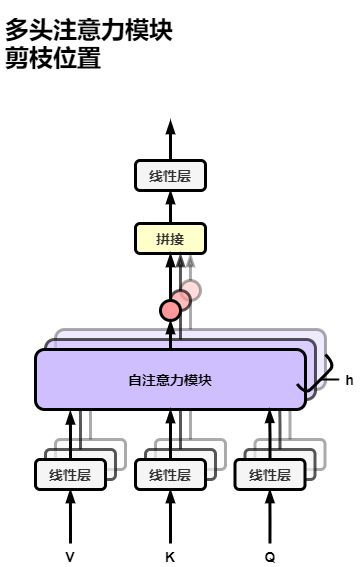
Before: prune_head_pos.png, a diagram exported from draw.io (AAAAAAAyq/Personal-Studying). Source tidied: cells renumbered, new cells last; positions are measured from the earlier drawing's top-left corner, leaving out a move shared by most shapes. Source of this version:
```xml
<mxGraphModel>
  <root>
    <mxCell id="0" />
    <mxCell id="1" parent="0" />
    <mxCell id="2" style="edgeStyle=orthogonalEdgeStyle;rounded=0;jettySize=auto;html=1;exitX=0.5;exitY=0;exitDx=0;exitDy=0;entryX=0.5;entryY=1;entryDx=0;entryDy=0;endArrow=blockThin;endFill=1;strokeWidth=3;" parent="1" edge="1" source="3" target="48">
      <mxGeometry relative="1" as="geometry" />
    </mxCell>
    <mxCell id="3" value="&lt;b&gt;&lt;font style=&quot;font-size: 14px&quot;&gt;拼接&lt;/font&gt;&lt;/b&gt;" style="rounded=1;whiteSpace=wrap;html=1;strokeWidth=3;fontColor=#333333;fillColor=#FFFFCC;" parent="1" vertex="1">
      <mxGeometry x="135" y="213" width="70" height="30" as="geometry" />
    </mxCell>
    <mxCell id="4" style="edgeStyle=orthogonalEdgeStyle;rounded=0;orthogonalLoop=1;jettySize=auto;html=1;endArrow=blockThin;endFill=1;strokeWidth=3;" parent="1" edge="1">
      <mxGeometry relative="1" as="geometry">
        <mxPoint x="70" y="533" as="sourcePoint" />
        <mxPoint x="69.9" y="479" as="targetPoint" />
        <Array as="points">
          <mxPoint x="69.9" y="509" />
          <mxPoint x="69.9" y="509" />
        </Array>
      </mxGeometry>
    </mxCell>
    <mxCell id="5" style="edgeStyle=orthogonalEdgeStyle;rounded=0;orthogonalLoop=1;jettySize=auto;html=1;endArrow=blockThin;endFill=1;strokeWidth=3;" parent="1" edge="1">
      <mxGeometry relative="1" as="geometry">
        <mxPoint x="170" y="533" as="sourcePoint" />
        <mxPoint x="169.9" y="479" as="targetPoint" />
        <Array as="points">
          <mxPoint x="170" y="506" />
        </Array>
      </mxGeometry>
    </mxCell>
    <mxCell id="6" style="edgeStyle=orthogonalEdgeStyle;rounded=0;orthogonalLoop=1;jettySize=auto;html=1;endArrow=blockThin;endFill=1;strokeWidth=3;" parent="1" edge="1">
      <mxGeometry relative="1" as="geometry">
        <mxPoint x="269.5" y="533" as="sourcePoint" />
        <mxPoint x="269.4" y="479" as="targetPoint" />
        <Array as="points">
          <mxPoint x="269.4" y="509" />
          <mxPoint x="269.4" y="509" />
        </Array>
      </mxGeometry>
    </mxCell>
    <mxCell id="7" value="&lt;b&gt;&lt;font style=&quot;font-size: 14px&quot;&gt;V&lt;/font&gt;&lt;/b&gt;" style="text;html=1;strokeColor=none;fillColor=none;align=center;verticalAlign=middle;whiteSpace=wrap;rounded=0;" parent="1" vertex="1">
      <mxGeometry x="50" y="536" width="40" height="20" as="geometry" />
    </mxCell>
    <mxCell id="8" value="&lt;span style=&quot;font-size: 14px&quot;&gt;&lt;b&gt;K&lt;/b&gt;&lt;/span&gt;" style="text;html=1;strokeColor=none;fillColor=none;align=center;verticalAlign=middle;whiteSpace=wrap;rounded=0;" parent="1" vertex="1">
      <mxGeometry x="150" y="536" width="40" height="20" as="geometry" />
    </mxCell>
    <mxCell id="9" value="&lt;span style=&quot;font-size: 14px&quot;&gt;&lt;b&gt;Q&lt;/b&gt;&lt;/span&gt;" style="text;html=1;strokeColor=none;fillColor=none;align=center;verticalAlign=middle;whiteSpace=wrap;rounded=0;" parent="1" vertex="1">
      <mxGeometry x="249.5" y="536" width="40" height="20" as="geometry" />
    </mxCell>
    <mxCell id="10" style="group;" parent="1" vertex="1">
      <mxGeometry x="35" y="290" width="304.6" height="189" as="geometry" />
    </mxCell>
    <mxCell id="11" style="rounded=1;whiteSpace=wrap;html=1;strokeWidth=3;fillColor=#D0BFFF;opacity=33;" parent="10" vertex="1">
      <mxGeometry x="20" y="29" width="270" height="60" as="geometry" />
    </mxCell>
    <mxCell id="12" style="edgeStyle=orthogonalEdgeStyle;rounded=0;jettySize=auto;html=1;exitX=0.5;exitY=0;exitDx=0;exitDy=0;entryX=0.129;entryY=1.023;entryDx=0;entryDy=0;entryPerimeter=0;strokeWidth=3;endArrow=none;endFill=0;opacity=33;" parent="10" edge="1" source="13" target="11">
      <mxGeometry x="20" y="-20" as="geometry" />
    </mxCell>
    <mxCell id="13" style="rounded=1;whiteSpace=wrap;html=1;strokeWidth=3;fillColor=#f5f5f5;fontColor=#333333;opacity=33;" parent="10" vertex="1">
      <mxGeometry x="20" y="139" width="70" height="30" as="geometry" />
    </mxCell>
    <mxCell id="14" style="edgeStyle=orthogonalEdgeStyle;rounded=0;jettySize=auto;html=1;exitX=0.5;exitY=0;exitDx=0;exitDy=0;entryX=0.5;entryY=1;entryDx=0;entryDy=0;endArrow=none;endFill=0;strokeWidth=3;opacity=33;" parent="10" edge="1" source="15" target="11">
      <mxGeometry x="20" y="-20" as="geometry" />
    </mxCell>
    <mxCell id="15" style="rounded=1;whiteSpace=wrap;html=1;strokeWidth=3;fillColor=#f5f5f5;fontColor=#333333;opacity=33;" parent="10" vertex="1">
      <mxGeometry x="120" y="139" width="70" height="30" as="geometry" />
    </mxCell>
    <mxCell id="16" style="edgeStyle=orthogonalEdgeStyle;rounded=0;jettySize=auto;html=1;exitX=0.5;exitY=0;exitDx=0;exitDy=0;entryX=0.867;entryY=0.997;entryDx=0;entryDy=0;entryPerimeter=0;endArrow=none;endFill=0;strokeWidth=3;opacity=33;" parent="10" edge="1" source="17" target="11">
      <mxGeometry x="20" y="-20" as="geometry" />
    </mxCell>
    <mxCell id="17" style="rounded=1;whiteSpace=wrap;html=1;strokeWidth=3;fillColor=#f5f5f5;fontColor=#333333;opacity=33;" parent="10" vertex="1">
      <mxGeometry x="219.5" y="139" width="70" height="30" as="geometry" />
    </mxCell>
    <mxCell id="18" style="ellipse;whiteSpace=wrap;html=1;strokeColor=#000000;strokeWidth=3;fillColor=#FF9999;opacity=33;" parent="10" vertex="1">
      <mxGeometry x="145" y="-20" width="20" height="20" as="geometry" />
    </mxCell>
    <mxCell id="19" style="edgeStyle=orthogonalEdgeStyle;rounded=0;jettySize=auto;html=1;exitX=0.5;exitY=0;exitDx=0;exitDy=0;entryX=0.5;entryY=1;entryDx=0;entryDy=0;endArrow=none;endFill=0;strokeWidth=3;opacity=33;" parent="10" edge="1" source="11" target="18">
      <mxGeometry x="20" y="-20" as="geometry" />
    </mxCell>
    <mxCell id="20" style="edgeStyle=orthogonalEdgeStyle;rounded=0;orthogonalLoop=1;jettySize=auto;html=1;exitX=0.5;exitY=0;exitDx=0;exitDy=0;endArrow=blockThin;endFill=1;strokeWidth=3;opacity=33;" parent="10" edge="1">
      <mxGeometry relative="1" as="geometry">
        <mxPoint x="155" y="-20" as="sourcePoint" />
        <mxPoint x="155" y="-47" as="targetPoint" />
      </mxGeometry>
    </mxCell>
    <mxCell id="21" style="group;" parent="10" vertex="1">
      <mxGeometry x="10" y="-37" width="270" height="216" as="geometry" />
    </mxCell>
    <mxCell id="22" style="group;" parent="21" vertex="1">
      <mxGeometry y="27" width="270" height="189" as="geometry" />
    </mxCell>
    <mxCell id="23" style="rounded=1;whiteSpace=wrap;html=1;strokeWidth=3;fillColor=#D0BFFF;opacity=66;" parent="22" vertex="1">
      <mxGeometry y="49" width="270" height="60" as="geometry" />
    </mxCell>
    <mxCell id="24" style="edgeStyle=orthogonalEdgeStyle;rounded=0;jettySize=auto;html=1;exitX=0.5;exitY=0;exitDx=0;exitDy=0;entryX=0.129;entryY=1.023;entryDx=0;entryDy=0;entryPerimeter=0;strokeWidth=3;endArrow=none;endFill=0;opacity=66;" parent="22" edge="1" source="25" target="23">
      <mxGeometry as="geometry" />
    </mxCell>
    <mxCell id="25" style="rounded=1;whiteSpace=wrap;html=1;strokeWidth=3;fillColor=#f5f5f5;fontColor=#333333;opacity=66;" parent="22" vertex="1">
      <mxGeometry y="159" width="70" height="30" as="geometry" />
    </mxCell>
    <mxCell id="26" style="edgeStyle=orthogonalEdgeStyle;rounded=0;jettySize=auto;html=1;exitX=0.5;exitY=0;exitDx=0;exitDy=0;entryX=0.5;entryY=1;entryDx=0;entryDy=0;endArrow=none;endFill=0;strokeWidth=3;opacity=66;" parent="22" edge="1" source="27" target="23">
      <mxGeometry as="geometry" />
    </mxCell>
    <mxCell id="27" style="rounded=1;whiteSpace=wrap;html=1;strokeWidth=3;fillColor=#f5f5f5;fontColor=#333333;opacity=66;" parent="22" vertex="1">
      <mxGeometry x="100" y="159" width="70" height="30" as="geometry" />
    </mxCell>
    <mxCell id="28" style="edgeStyle=orthogonalEdgeStyle;rounded=0;jettySize=auto;html=1;exitX=0.5;exitY=0;exitDx=0;exitDy=0;entryX=0.867;entryY=0.997;entryDx=0;entryDy=0;entryPerimeter=0;endArrow=none;endFill=0;strokeWidth=3;opacity=66;" parent="22" edge="1" source="29" target="23">
      <mxGeometry as="geometry" />
    </mxCell>
    <mxCell id="29" style="rounded=1;whiteSpace=wrap;html=1;strokeWidth=3;fillColor=#f5f5f5;fontColor=#333333;opacity=66;" parent="22" vertex="1">
      <mxGeometry x="199.5" y="159" width="70" height="30" as="geometry" />
    </mxCell>
    <mxCell id="30" style="ellipse;whiteSpace=wrap;html=1;strokeColor=#000000;strokeWidth=3;fillColor=#FF9999;opacity=66;" parent="22" vertex="1">
      <mxGeometry x="125" width="20" height="20" as="geometry" />
    </mxCell>
    <mxCell id="31" style="edgeStyle=orthogonalEdgeStyle;rounded=0;jettySize=auto;html=1;exitX=0.5;exitY=0;exitDx=0;exitDy=0;entryX=0.5;entryY=1;entryDx=0;entryDy=0;endArrow=none;endFill=0;strokeWidth=3;opacity=66;" parent="22" edge="1" source="23" target="30">
      <mxGeometry as="geometry" />
    </mxCell>
    <mxCell id="32" style="edgeStyle=orthogonalEdgeStyle;rounded=0;orthogonalLoop=1;jettySize=auto;html=1;exitX=0.5;exitY=0;exitDx=0;exitDy=0;endArrow=blockThin;endFill=1;strokeWidth=3;opacity=66;" parent="21" edge="1">
      <mxGeometry relative="1" as="geometry">
        <mxPoint x="135" y="27" as="sourcePoint" />
        <mxPoint x="135" y="-10" as="targetPoint" />
      </mxGeometry>
    </mxCell>
    <mxCell id="33" value="&lt;b&gt;&lt;font style=&quot;font-size: 14px&quot;&gt;自注意力模块&lt;/font&gt;&lt;/b&gt;" style="rounded=1;whiteSpace=wrap;html=1;strokeWidth=3;fillColor=#D0BFFF;" parent="10" vertex="1">
      <mxGeometry y="49" width="270" height="60" as="geometry" />
    </mxCell>
    <mxCell id="34" style="edgeStyle=orthogonalEdgeStyle;rounded=0;jettySize=auto;html=1;exitX=0.5;exitY=0;exitDx=0;exitDy=0;entryX=0.129;entryY=1.023;entryDx=0;entryDy=0;entryPerimeter=0;strokeWidth=3;endArrow=blockThin;endFill=1;" parent="10" edge="1" source="35" target="33">
      <mxGeometry as="geometry" />
    </mxCell>
    <mxCell id="35" value="&lt;b&gt;&lt;font style=&quot;font-size: 14px&quot;&gt;线性层&lt;/font&gt;&lt;/b&gt;" style="rounded=1;whiteSpace=wrap;html=1;strokeWidth=3;fillColor=#f5f5f5;fontColor=#333333;" parent="10" vertex="1">
      <mxGeometry y="159" width="70" height="30" as="geometry" />
    </mxCell>
    <mxCell id="36" style="edgeStyle=orthogonalEdgeStyle;rounded=0;jettySize=auto;html=1;exitX=0.5;exitY=0;exitDx=0;exitDy=0;entryX=0.5;entryY=1;entryDx=0;entryDy=0;endArrow=blockThin;endFill=1;strokeWidth=3;" parent="10" edge="1" source="37" target="33">
      <mxGeometry as="geometry" />
    </mxCell>
    <mxCell id="37" value="&lt;b&gt;&lt;font style=&quot;font-size: 14px&quot;&gt;线性层&lt;/font&gt;&lt;/b&gt;" style="rounded=1;whiteSpace=wrap;html=1;strokeWidth=3;fillColor=#f5f5f5;fontColor=#333333;" parent="10" vertex="1">
      <mxGeometry x="100" y="159" width="70" height="30" as="geometry" />
    </mxCell>
    <mxCell id="38" style="edgeStyle=orthogonalEdgeStyle;rounded=0;jettySize=auto;html=1;exitX=0.5;exitY=0;exitDx=0;exitDy=0;entryX=0.867;entryY=0.997;entryDx=0;entryDy=0;entryPerimeter=0;endArrow=blockThin;endFill=1;strokeWidth=3;" parent="10" edge="1" source="39" target="33">
      <mxGeometry as="geometry" />
    </mxCell>
    <mxCell id="39" value="&lt;b&gt;&lt;font style=&quot;font-size: 14px&quot;&gt;线性层&lt;/font&gt;&lt;/b&gt;" style="rounded=1;whiteSpace=wrap;html=1;strokeWidth=3;fillColor=#f5f5f5;fontColor=#333333;" parent="10" vertex="1">
      <mxGeometry x="199.5" y="159" width="70" height="30" as="geometry" />
    </mxCell>
    <mxCell id="40" style="ellipse;whiteSpace=wrap;html=1;strokeColor=#000000;strokeWidth=3;fillColor=#FF9999;" parent="10" vertex="1">
      <mxGeometry x="125" width="20" height="20" as="geometry" />
    </mxCell>
    <mxCell id="41" style="edgeStyle=orthogonalEdgeStyle;rounded=0;jettySize=auto;html=1;exitX=0.5;exitY=0;exitDx=0;exitDy=0;entryX=0.5;entryY=1;entryDx=0;entryDy=0;endArrow=blockThin;endFill=1;strokeWidth=3;" parent="10" edge="1" source="33" target="40">
      <mxGeometry as="geometry" />
    </mxCell>
    <mxCell id="42" style="group;" parent="10" vertex="1">
      <mxGeometry x="270" y="64" width="34.6" height="30" as="geometry" />
    </mxCell>
    <mxCell id="43" style="endArrow=none;html=1;strokeWidth=2;" parent="42" edge="1">
      <mxGeometry relative="1" as="geometry">
        <mxPoint x="14.6" y="15" as="sourcePoint" />
        <mxPoint x="24.6" y="15" as="targetPoint" />
        <Array as="points">
          <mxPoint x="24.6" y="15" />
          <mxPoint x="34.6" y="15" />
        </Array>
      </mxGeometry>
    </mxCell>
    <mxCell id="44" style="curved=1;endArrow=none;html=1;strokeWidth=3;endFill=0;exitX=1.006;exitY=0.892;exitDx=0;exitDy=0;exitPerimeter=0;" parent="42" edge="1">
      <mxGeometry relative="1" as="geometry">
        <mxPoint x="-8.4" y="19.5" as="sourcePoint" />
        <mxPoint x="20" y="-10" as="targetPoint" />
        <Array as="points">
          <mxPoint y="30" />
          <mxPoint x="10" y="20" />
          <mxPoint x="20" y="10" />
          <mxPoint x="29.6" />
        </Array>
      </mxGeometry>
    </mxCell>
    <mxCell id="45" style="edgeStyle=orthogonalEdgeStyle;rounded=0;jettySize=auto;html=1;exitX=0.5;exitY=0;exitDx=0;exitDy=0;endArrow=blockThin;endFill=1;strokeWidth=3;" parent="1" edge="1" source="40" target="3">
      <mxGeometry relative="1" as="geometry" />
    </mxCell>
    <mxCell id="46" style="group;" parent="1" vertex="1">
      <mxGeometry x="135" y="110" width="70" height="70" as="geometry" />
    </mxCell>
    <mxCell id="47" style="edgeStyle=orthogonalEdgeStyle;rounded=0;orthogonalLoop=1;jettySize=auto;html=1;exitX=0.5;exitY=0;exitDx=0;exitDy=0;endArrow=blockThin;endFill=1;strokeWidth=3;" parent="46" edge="1">
      <mxGeometry relative="1" as="geometry">
        <mxPoint x="35" y="40" as="sourcePoint" />
        <mxPoint x="35" as="targetPoint" />
      </mxGeometry>
    </mxCell>
    <mxCell id="48" value="&lt;b&gt;&lt;font style=&quot;font-size: 14px&quot;&gt;线性层&lt;/font&gt;&lt;/b&gt;" style="rounded=1;whiteSpace=wrap;html=1;strokeWidth=3;fillColor=#f5f5f5;fontColor=#333333;" parent="46" vertex="1">
      <mxGeometry y="40" width="70" height="30" as="geometry" />
    </mxCell>
    <mxCell id="49" value="&lt;b&gt;&lt;font style=&quot;font-size: 14px&quot;&gt;h&lt;/font&gt;&lt;/b&gt;" style="text;html=1;align=center;verticalAlign=middle;strokeColor=none;" parent="1" vertex="1">
      <mxGeometry x="338.6" y="359" width="20" height="20" as="geometry" />
    </mxCell>
    <mxCell id="50" value="&lt;h1&gt;多头注意力模块剪枝位置&lt;/h1&gt;" style="text;html=1;strokeColor=none;fillColor=none;spacing=5;spacingTop=-20;whiteSpace=wrap;overflow=hidden;rounded=0;opacity=33;" parent="1" vertex="1">
      <mxGeometry width="190" height="120" as="geometry" />
    </mxCell>
  </root>
</mxGraphModel>
```
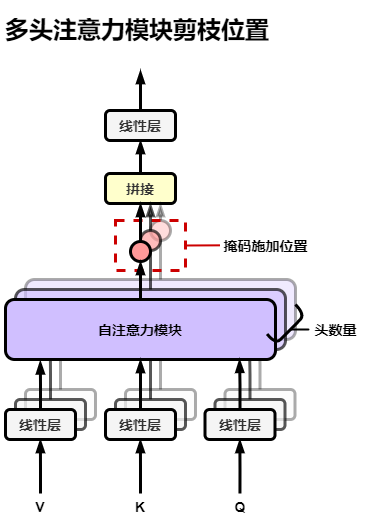
After the commit.

What changed in the source:
```diff
@@ -47,7 +47,7 @@
       <mxGeometry x="249.5" y="536" width="40" height="20" as="geometry" />
     </mxCell>
     <mxCell id="10" style="group;" parent="1" vertex="1">
-      <mxGeometry x="35" y="290" width="304.6" height="189" as="geometry" />
+      <mxGeometry x="35" y="290" width="310" height="189" as="geometry" />
     </mxCell>
     <mxCell id="11" style="rounded=1;whiteSpace=wrap;html=1;strokeWidth=3;fillColor=#D0BFFF;opacity=33;" parent="10" vertex="1">
       <mxGeometry x="20" y="29" width="270" height="60" as="geometry" />
@@ -71,22 +71,22 @@
       <mxGeometry x="219.5" y="139" width="70" height="30" as="geometry" />
     </mxCell>
     <mxCell id="18" style="ellipse;whiteSpace=wrap;html=1;strokeColor=#000000;strokeWidth=3;fillColor=#FF9999;opacity=33;" parent="10" vertex="1">
-      <mxGeometry x="145" y="-20" width="20" height="20" as="geometry" />
+      <mxGeometry x="145" y="-30" width="20" height="20" as="geometry" />
     </mxCell>
     <mxCell id="19" style="edgeStyle=orthogonalEdgeStyle;rounded=0;jettySize=auto;html=1;exitX=0.5;exitY=0;exitDx=0;exitDy=0;entryX=0.5;entryY=1;entryDx=0;entryDy=0;endArrow=none;endFill=0;strokeWidth=3;opacity=33;" parent="10" edge="1" source="11" target="18">
       <mxGeometry x="20" y="-20" as="geometry" />
     </mxCell>
-    <mxCell id="20" style="edgeStyle=orthogonalEdgeStyle;rounded=0;orthogonalLoop=1;jettySize=auto;html=1;exitX=0.5;exitY=0;exitDx=0;exitDy=0;endArrow=blockThin;endFill=1;strokeWidth=3;opacity=33;" parent="10" edge="1">
+    <mxCell id="20" style="edgeStyle=orthogonalEdgeStyle;rounded=0;orthogonalLoop=1;jettySize=auto;html=1;endArrow=blockThin;endFill=1;strokeWidth=3;opacity=33;" parent="10" edge="1">
       <mxGeometry relative="1" as="geometry">
-        <mxPoint x="155" y="-20" as="sourcePoint" />
+        <mxPoint x="155" y="-30" as="sourcePoint" />
         <mxPoint x="155" y="-47" as="targetPoint" />
       </mxGeometry>
     </mxCell>
     <mxCell id="21" style="group;" parent="10" vertex="1">
-      <mxGeometry x="10" y="-37" width="270" height="216" as="geometry" />
+      <mxGeometry x="10" y="-37" width="300" height="216" as="geometry" />
     </mxCell>
     <mxCell id="22" style="group;" parent="21" vertex="1">
-      <mxGeometry y="27" width="270" height="189" as="geometry" />
+      <mxGeometry y="27" width="279.5" height="189" as="geometry" />
     </mxCell>
     <mxCell id="23" style="rounded=1;whiteSpace=wrap;html=1;strokeWidth=3;fillColor=#D0BFFF;opacity=66;" parent="22" vertex="1">
       <mxGeometry y="49" width="270" height="60" as="geometry" />
@@ -110,17 +110,28 @@
       <mxGeometry x="199.5" y="159" width="70" height="30" as="geometry" />
     </mxCell>
     <mxCell id="30" style="ellipse;whiteSpace=wrap;html=1;strokeColor=#000000;strokeWidth=3;fillColor=#FF9999;opacity=66;" parent="22" vertex="1">
-      <mxGeometry x="125" width="20" height="20" as="geometry" />
+      <mxGeometry x="125" y="-10" width="20" height="20" as="geometry" />
     </mxCell>
     <mxCell id="31" style="edgeStyle=orthogonalEdgeStyle;rounded=0;jettySize=auto;html=1;exitX=0.5;exitY=0;exitDx=0;exitDy=0;entryX=0.5;entryY=1;entryDx=0;entryDy=0;endArrow=none;endFill=0;strokeWidth=3;opacity=66;" parent="22" edge="1" source="23" target="30">
       <mxGeometry as="geometry" />
     </mxCell>
+    <mxCell id="51" style="rounded=0;whiteSpace=wrap;html=1;strokeWidth=3;fillColor=none;dashed=1;strokeColor=#CC0000;" parent="22" vertex="1">
+      <mxGeometry x="100" y="-20" width="70" height="50" as="geometry" />
+    </mxCell>
+    <mxCell id="52" style="endArrow=none;html=1;strokeWidth=2;exitX=1;exitY=0.5;exitDx=0;exitDy=0;strokeColor=#CC0000;" parent="22" edge="1" source="51">
+      <mxGeometry relative="1" as="geometry">
+        <mxPoint x="204.5" y="4.8" as="targetPoint" />
+      </mxGeometry>
+    </mxCell>
-    <mxCell id="32" style="edgeStyle=orthogonalEdgeStyle;rounded=0;orthogonalLoop=1;jettySize=auto;html=1;exitX=0.5;exitY=0;exitDx=0;exitDy=0;endArrow=blockThin;endFill=1;strokeWidth=3;opacity=66;" parent="21" edge="1">
+    <mxCell id="32" style="edgeStyle=orthogonalEdgeStyle;rounded=0;orthogonalLoop=1;jettySize=auto;html=1;endArrow=blockThin;endFill=1;strokeWidth=3;opacity=66;" parent="21" edge="1">
       <mxGeometry relative="1" as="geometry">
-        <mxPoint x="135" y="27" as="sourcePoint" />
+        <mxPoint x="135" y="17" as="sourcePoint" />
         <mxPoint x="135" y="-10" as="targetPoint" />
       </mxGeometry>
     </mxCell>
+    <mxCell id="53" value="&lt;b&gt;&lt;font style=&quot;font-size: 14px&quot;&gt;掩码施加位置&lt;/font&gt;&lt;/b&gt;" style="text;html=1;align=center;verticalAlign=middle;strokeColor=none;" parent="21" vertex="1">
+      <mxGeometry x="200" y="22" width="100" height="20" as="geometry" />
+    </mxCell>
     <mxCell id="33" value="&lt;b&gt;&lt;font style=&quot;font-size: 14px&quot;&gt;自注意力模块&lt;/font&gt;&lt;/b&gt;" style="rounded=1;whiteSpace=wrap;html=1;strokeWidth=3;fillColor=#D0BFFF;" parent="10" vertex="1">
       <mxGeometry y="49" width="270" height="60" as="geometry" />
     </mxCell>
@@ -143,7 +154,7 @@
       <mxGeometry x="199.5" y="159" width="70" height="30" as="geometry" />
     </mxCell>
     <mxCell id="40" style="ellipse;whiteSpace=wrap;html=1;strokeColor=#000000;strokeWidth=3;fillColor=#FF9999;" parent="10" vertex="1">
-      <mxGeometry x="125" width="20" height="20" as="geometry" />
+      <mxGeometry x="125" y="-9" width="20" height="20" as="geometry" />
     </mxCell>
     <mxCell id="41" style="edgeStyle=orthogonalEdgeStyle;rounded=0;jettySize=auto;html=1;exitX=0.5;exitY=0;exitDx=0;exitDy=0;entryX=0.5;entryY=1;entryDx=0;entryDy=0;endArrow=blockThin;endFill=1;strokeWidth=3;" parent="10" edge="1" source="33" target="40">
       <mxGeometry as="geometry" />
@@ -177,7 +188,7 @@
       <mxGeometry relative="1" as="geometry" />
     </mxCell>
     <mxCell id="46" style="group;" parent="1" vertex="1">
-      <mxGeometry x="135" y="110" width="70" height="70" as="geometry" />
+      <mxGeometry x="135" y="110" width="235" height="70" as="geometry" />
     </mxCell>
     <mxCell id="47" style="edgeStyle=orthogonalEdgeStyle;rounded=0;orthogonalLoop=1;jettySize=auto;html=1;exitX=0.5;exitY=0;exitDx=0;exitDy=0;endArrow=blockThin;endFill=1;strokeWidth=3;" parent="46" edge="1">
       <mxGeometry relative="1" as="geometry">
@@ -188,11 +199,11 @@
     <mxCell id="48" value="&lt;b&gt;&lt;font style=&quot;font-size: 14px&quot;&gt;线性层&lt;/font&gt;&lt;/b&gt;" style="rounded=1;whiteSpace=wrap;html=1;strokeWidth=3;fillColor=#f5f5f5;fontColor=#333333;" parent="46" vertex="1">
       <mxGeometry y="40" width="70" height="30" as="geometry" />
     </mxCell>
-    <mxCell id="49" value="&lt;b&gt;&lt;font style=&quot;font-size: 14px&quot;&gt;h&lt;/font&gt;&lt;/b&gt;" style="text;html=1;align=center;verticalAlign=middle;strokeColor=none;" parent="1" vertex="1">
-      <mxGeometry x="338.6" y="359" width="20" height="20" as="geometry" />
+    <mxCell id="49" value="&lt;b&gt;&lt;font style=&quot;font-size: 14px&quot;&gt;头数量&lt;/font&gt;&lt;/b&gt;" style="text;html=1;align=center;verticalAlign=middle;strokeColor=none;" parent="1" vertex="1">
+      <mxGeometry x="335" y="359" width="60" height="20" as="geometry" />
     </mxCell>
     <mxCell id="50" value="&lt;h1&gt;多头注意力模块剪枝位置&lt;/h1&gt;" style="text;html=1;strokeColor=none;fillColor=none;spacing=5;spacingTop=-20;whiteSpace=wrap;overflow=hidden;rounded=0;opacity=33;" parent="1" vertex="1">
-      <mxGeometry width="190" height="120" as="geometry" />
+      <mxGeometry x="30" y="50" width="280" height="120" as="geometry" />
     </mxCell>
   </root>
 </mxGraphModel>
```
